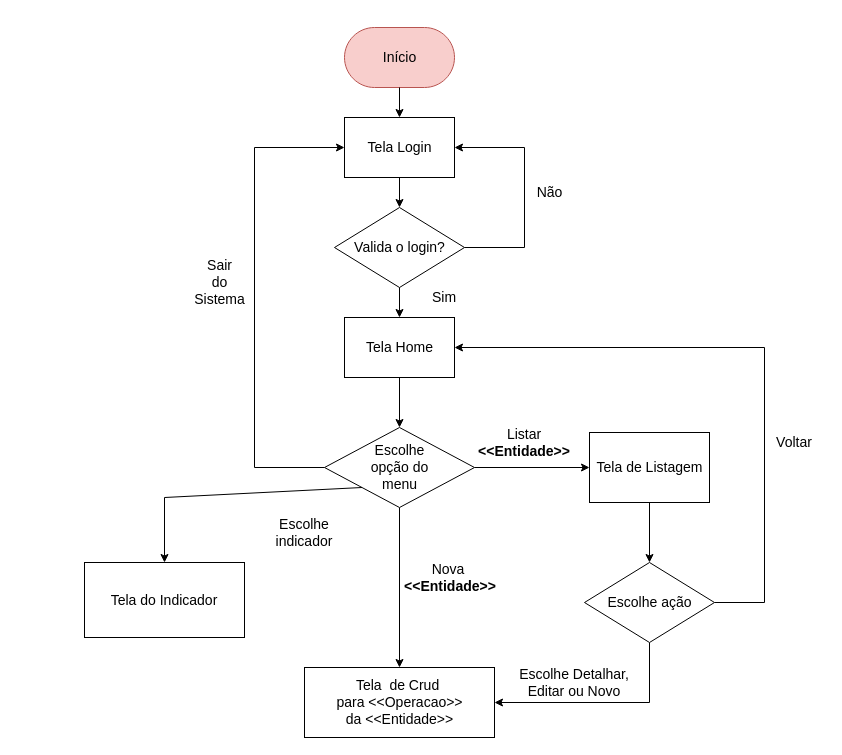
Earlier version of the draw.io diagram page "Diagrama de fluxo" (1 of 7) of projeto/documentacao/wireframes.drawio (adjamirgalvao/pucminas). Source tidied: cells renumbered, new cells numbered last; positions are measured from the earlier drawing's top-left corner, leaving out a move shared by most shapes. Both pictures are drawn from the tidied source at 100%, with x=0, y=0 at pixel (84, 27).
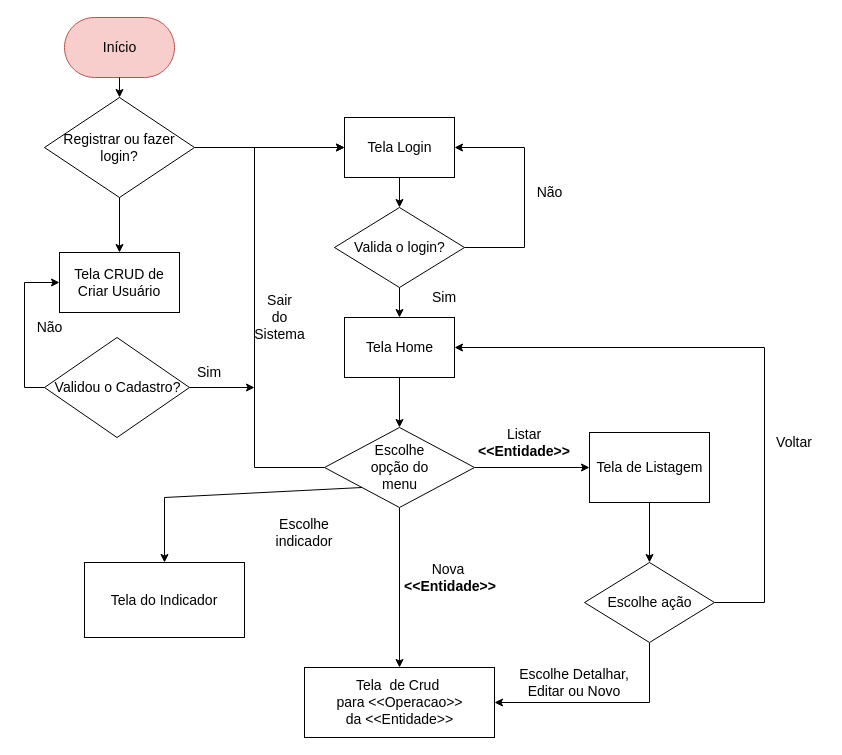
The same diagram, later.

Unchanged cells that the change refers to:
```xml
<mxCell id="3" value="Tela Login" style="html=1;dashed=0;whitespace=wrap;fontSize=14;" parent="1" vertex="1">
  <mxGeometry x="260" y="90" width="110" height="60" as="geometry" />
</mxCell>
```

Change to the diagram source:
```diff
@@
     <mxCell id="2" value="Início" style="html=1;dashed=0;whitespace=wrap;shape=mxgraph.dfd.start;fontSize=14;fillColor=#f8cecc;strokeColor=#b85450;" parent="1" vertex="1">
-      <mxGeometry x="260" width="110" height="60" as="geometry" />
+      <mxGeometry x="-20" y="-10" width="110" height="60" as="geometry" />
     </mxCell>
@@
-    <mxCell id="4" style="endArrow=classic;html=1;rounded=0;fontSize=14;" parent="1" edge="1" source="2" target="3">
+    <mxCell id="4" style="endArrow=classic;html=1;rounded=0;fontSize=14;entryX=0.5;entryY=0;entryDx=0;entryDy=0;" parent="1" edge="1" source="2" target="31">
       <mxGeometry relative="1" as="geometry" />
     </mxCell>
@@
     <mxCell id="22" value="Sair &lt;br&gt;do &lt;br&gt;Sistema" style="text;html=1;align=center;verticalAlign=middle;strokeColor=none;fillColor=none;fontSize=14;" parent="1" vertex="1">
-      <mxGeometry x="100" y="225" width="70" height="60" as="geometry" />
+      <mxGeometry x="160" y="260" width="70" height="60" as="geometry" />
     </mxCell>
@@
+    <mxCell id="31" value="Registrar ou fazer login?" style="rhombus;whiteSpace=wrap;html=1;fontSize=14;" parent="1" vertex="1">
+      <mxGeometry x="-40" y="70" width="150" height="100" as="geometry" />
+    </mxCell>
+    <mxCell id="32" style="endArrow=classic;html=1;rounded=0;fontSize=14;exitX=1;exitY=0.5;exitDx=0;exitDy=0;" parent="1" edge="1" source="31">
+      <mxGeometry relative="1" as="geometry">
+        <mxPoint x="260" y="120" as="targetPoint" />
+      </mxGeometry>
+    </mxCell>
+    <mxCell id="33" value="Tela CRUD de Criar Usuário" style="rounded=0;whiteSpace=wrap;html=1;fontSize=14;" parent="1" vertex="1">
+      <mxGeometry x="-25" y="225" width="120" height="60" as="geometry" />
+    </mxCell>
+    <mxCell id="34" style="endArrow=classic;html=1;rounded=0;fontSize=14;exitX=0.5;exitY=1;exitDx=0;exitDy=0;" parent="1" edge="1" source="31" target="33">
+      <mxGeometry relative="1" as="geometry" />
+    </mxCell>
+    <mxCell id="35" value="Validou o Cadastro?" style="shape=rhombus;html=1;dashed=0;whitespace=wrap;perimeter=rhombusPerimeter;fontSize=14;" parent="1" vertex="1">
+      <mxGeometry x="-40" y="310" width="145" height="100" as="geometry" />
+    </mxCell>
+    <mxCell id="36" style="endArrow=classic;html=1;rounded=0;fontSize=14;exitX=1;exitY=0.5;exitDx=0;exitDy=0;" parent="1" edge="1" source="35">
+      <mxGeometry relative="1" as="geometry">
+        <mxPoint x="170" y="360" as="targetPoint" />
+      </mxGeometry>
+    </mxCell>
+    <mxCell id="37" value="Sim" style="text;html=1;strokeColor=none;fillColor=none;align=center;verticalAlign=middle;whiteSpace=wrap;rounded=0;fontSize=14;" parent="1" vertex="1">
+      <mxGeometry x="95" y="330" width="60" height="30" as="geometry" />
+    </mxCell>
+    <mxCell id="38" style="endArrow=classic;html=1;rounded=0;fontSize=14;exitX=0;exitY=0.5;exitDx=0;exitDy=0;entryX=0;entryY=0.5;entryDx=0;entryDy=0;" parent="1" edge="1" source="35" target="33">
+      <mxGeometry relative="1" as="geometry">
+        <Array as="points">
+          <mxPoint x="-60" y="360" />
+          <mxPoint x="-60" y="255" />
+        </Array>
+      </mxGeometry>
+    </mxCell>
+    <mxCell id="39" value="Não" style="text;html=1;align=center;verticalAlign=middle;strokeColor=none;fillColor=none;fontSize=14;" parent="1" vertex="1">
+      <mxGeometry x="-60" y="285" width="50" height="30" as="geometry" />
+    </mxCell>
```
